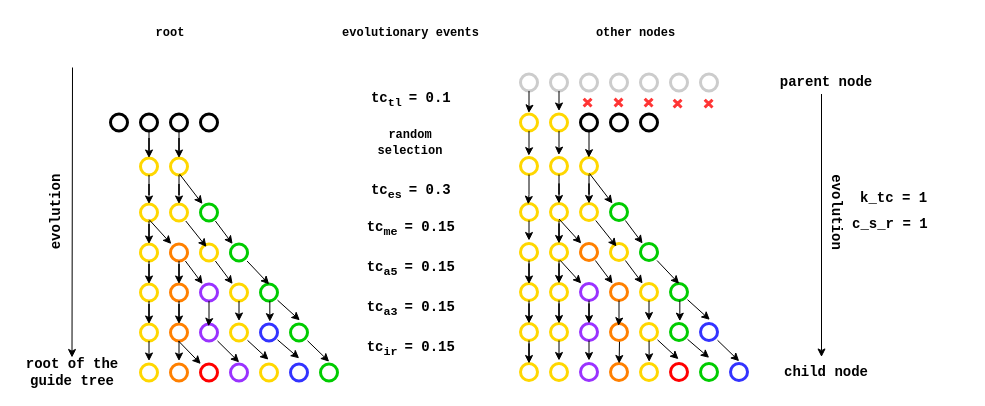
Before: page "SimSpliceEvol" (5 of 5) of phylogenies.drawio in dondavy/samples_draw.io, a draw.io diagram. Source tidied: cells renumbered, new cells numbered last; positions are measured from the earlier drawing's top-left corner, leaving out a move shared by most shapes. Both pictures are drawn from the tidied source at 100%, with x=0, y=0 at pixel (0, 17).
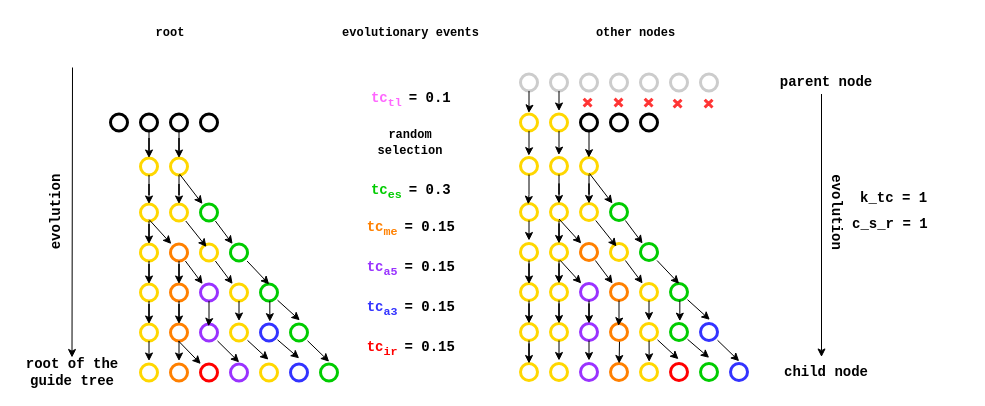
The same page after the edit.

The change refers to these unchanged cells:
```xml
<mxCell id="2" style="group;" parent="1" vertex="1">
  <mxGeometry x="17" width="951" height="370" as="geometry" />
</mxCell>
```

What changed in the source:
```diff
@@
-    <mxCell id="61" value="&lt;font style=&quot;font-size: 14px;&quot; face=&quot;Courier New&quot;&gt;&lt;b&gt;tc&lt;sub&gt;es &lt;/sub&gt;= 0.3&amp;nbsp;&lt;/b&gt;&lt;/font&gt;" style="text;html=1;strokeColor=none;fillColor=none;align=center;verticalAlign=middle;whiteSpace=wrap;rounded=0;" parent="2" vertex="1">
+    <mxCell id="61" value="&lt;font style=&quot;font-size: 14px;&quot; face=&quot;Courier New&quot;&gt;&lt;b&gt;&lt;font color=&quot;#00cc00&quot;&gt;tc&lt;/font&gt;&lt;sub&gt;&lt;font color=&quot;#00cc00&quot;&gt;es&lt;/font&gt; &lt;/sub&gt;= 0.3&amp;nbsp;&lt;/b&gt;&lt;/font&gt;" style="text;html=1;strokeColor=none;fillColor=none;align=center;verticalAlign=middle;whiteSpace=wrap;rounded=0;" parent="2" vertex="1">
       <mxGeometry x="343" y="159" width="110" height="30" as="geometry" />
     </mxCell>
-    <mxCell id="62" value="&lt;font style=&quot;font-size: 14px;&quot; face=&quot;Courier New&quot;&gt;&lt;b&gt;tc&lt;sub&gt;me&amp;nbsp;&lt;/sub&gt;= 0.15&amp;nbsp;&lt;/b&gt;&lt;/font&gt;" style="text;html=1;strokeColor=none;fillColor=none;align=center;verticalAlign=middle;whiteSpace=wrap;rounded=0;" parent="2" vertex="1">
+    <mxCell id="62" value="&lt;font style=&quot;font-size: 14px;&quot; face=&quot;Courier New&quot;&gt;&lt;b&gt;&lt;font color=&quot;#ff8000&quot;&gt;tc&lt;/font&gt;&lt;sub&gt;&lt;font color=&quot;#ff8000&quot;&gt;me&lt;/font&gt;&amp;nbsp;&lt;/sub&gt;= 0.15&amp;nbsp;&lt;/b&gt;&lt;/font&gt;" style="text;html=1;strokeColor=none;fillColor=none;align=center;verticalAlign=middle;whiteSpace=wrap;rounded=0;" parent="2" vertex="1">
       <mxGeometry x="343" y="196" width="110" height="30" as="geometry" />
     </mxCell>
-    <mxCell id="63" value="&lt;font style=&quot;font-size: 14px;&quot; face=&quot;Courier New&quot;&gt;&lt;b&gt;tc&lt;sub&gt;a5&amp;nbsp;&lt;/sub&gt;= 0.15&amp;nbsp;&lt;/b&gt;&lt;/font&gt;" style="text;html=1;strokeColor=none;fillColor=none;align=center;verticalAlign=middle;whiteSpace=wrap;rounded=0;" parent="2" vertex="1">
+    <mxCell id="63" value="&lt;font style=&quot;font-size: 14px;&quot; face=&quot;Courier New&quot;&gt;&lt;b&gt;&lt;font style=&quot;&quot; color=&quot;#9933ff&quot;&gt;tc&lt;/font&gt;&lt;sub&gt;&lt;font style=&quot;&quot; color=&quot;#9933ff&quot;&gt;a5&lt;/font&gt;&amp;nbsp;&lt;/sub&gt;= 0.15&amp;nbsp;&lt;/b&gt;&lt;/font&gt;" style="text;html=1;strokeColor=none;fillColor=none;align=center;verticalAlign=middle;whiteSpace=wrap;rounded=0;" parent="2" vertex="1">
       <mxGeometry x="343" y="236" width="110" height="30" as="geometry" />
     </mxCell>
-    <mxCell id="64" value="&lt;font style=&quot;font-size: 14px;&quot; face=&quot;Courier New&quot;&gt;&lt;b&gt;tc&lt;sub&gt;a3&amp;nbsp;&lt;/sub&gt;= 0.15&amp;nbsp;&lt;/b&gt;&lt;/font&gt;" style="text;html=1;strokeColor=none;fillColor=none;align=center;verticalAlign=middle;whiteSpace=wrap;rounded=0;" parent="2" vertex="1">
+    <mxCell id="64" value="&lt;font style=&quot;font-size: 14px;&quot; face=&quot;Courier New&quot;&gt;&lt;b&gt;&lt;font color=&quot;#3333ff&quot;&gt;tc&lt;/font&gt;&lt;sub&gt;&lt;font color=&quot;#3333ff&quot;&gt;a3&lt;/font&gt;&amp;nbsp;&lt;/sub&gt;= 0.15&amp;nbsp;&lt;/b&gt;&lt;/font&gt;" style="text;html=1;strokeColor=none;fillColor=none;align=center;verticalAlign=middle;whiteSpace=wrap;rounded=0;" parent="2" vertex="1">
       <mxGeometry x="343" y="276" width="110" height="30" as="geometry" />
     </mxCell>
-    <mxCell id="65" value="&lt;font style=&quot;font-size: 14px;&quot; face=&quot;Courier New&quot;&gt;&lt;b&gt;tc&lt;sub&gt;ir&amp;nbsp;&lt;/sub&gt;= 0.15&amp;nbsp;&lt;/b&gt;&lt;/font&gt;" style="text;html=1;strokeColor=none;fillColor=none;align=center;verticalAlign=middle;whiteSpace=wrap;rounded=0;" parent="2" vertex="1">
+    <mxCell id="65" value="&lt;font style=&quot;font-size: 14px;&quot; face=&quot;Courier New&quot;&gt;&lt;b&gt;&lt;font color=&quot;#ff0000&quot;&gt;tc&lt;/font&gt;&lt;sub&gt;&lt;font color=&quot;#ff0000&quot;&gt;ir&lt;/font&gt;&amp;nbsp;&lt;/sub&gt;= 0.15&amp;nbsp;&lt;/b&gt;&lt;/font&gt;" style="text;html=1;strokeColor=none;fillColor=none;align=center;verticalAlign=middle;whiteSpace=wrap;rounded=0;" parent="2" vertex="1">
       <mxGeometry x="343" y="316" width="110" height="30" as="geometry" />
     </mxCell>
@@
-    <mxCell id="151" value="&lt;font style=&quot;font-size: 14px;&quot; face=&quot;Courier New&quot;&gt;&lt;b&gt;tc&lt;sub&gt;tl&amp;nbsp;&lt;/sub&gt;= 0.1&amp;nbsp;&lt;/b&gt;&lt;/font&gt;" style="text;html=1;strokeColor=none;fillColor=none;align=center;verticalAlign=middle;whiteSpace=wrap;rounded=0;" parent="2" vertex="1">
+    <mxCell id="151" value="&lt;font style=&quot;font-size: 14px;&quot; face=&quot;Courier New&quot;&gt;&lt;b&gt;&lt;font color=&quot;#ff66ff&quot;&gt;tc&lt;/font&gt;&lt;sub&gt;&lt;font color=&quot;#ff66ff&quot;&gt;tl&lt;/font&gt;&amp;nbsp;&lt;/sub&gt;= 0.1&amp;nbsp;&lt;/b&gt;&lt;/font&gt;" style="text;html=1;strokeColor=none;fillColor=none;align=center;verticalAlign=middle;whiteSpace=wrap;rounded=0;" parent="2" vertex="1">
       <mxGeometry x="343" y="66.5" width="110" height="30" as="geometry" />
     </mxCell>
```
